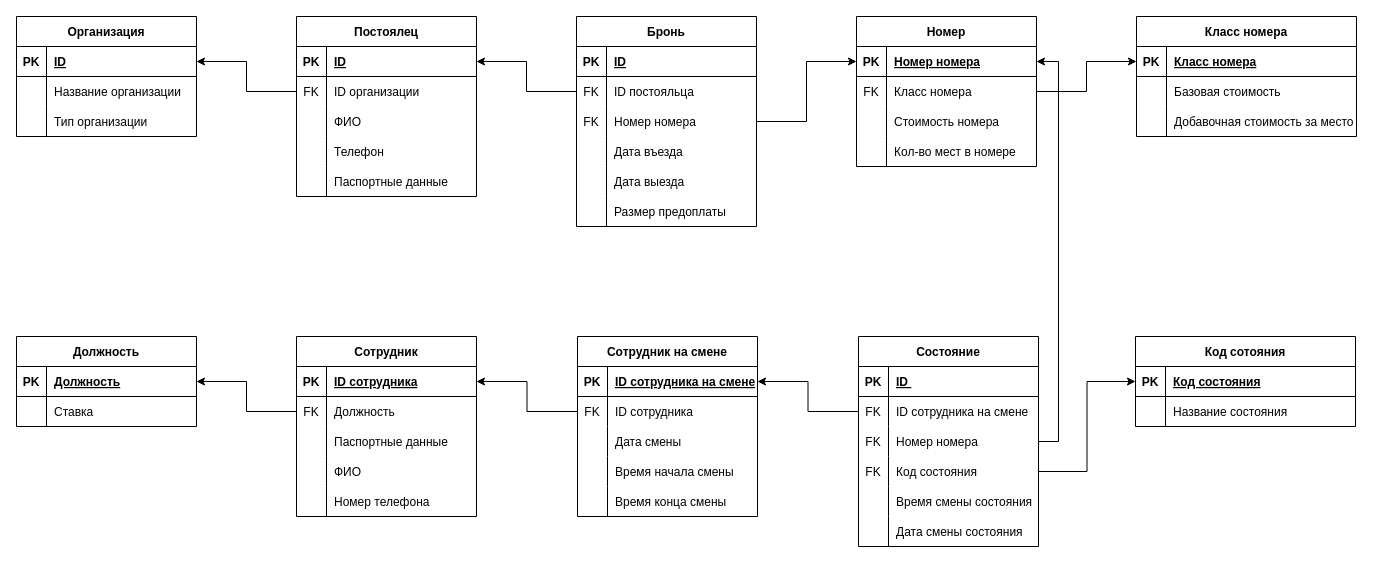
Haxersociety/DataBase_Hostel keeps this draw.io diagram as page "Логическая схема бд" (1 of 2) of Kostylev_Hostel.drawio. Above is the earlier version. Source tidied: cells renumbered, new cells numbered last; positions are measured from the earlier drawing's top-left corner, leaving out a move shared by most shapes. Both pictures are drawn from the tidied source at 100%, with x=0, y=0 at pixel (16, 16).
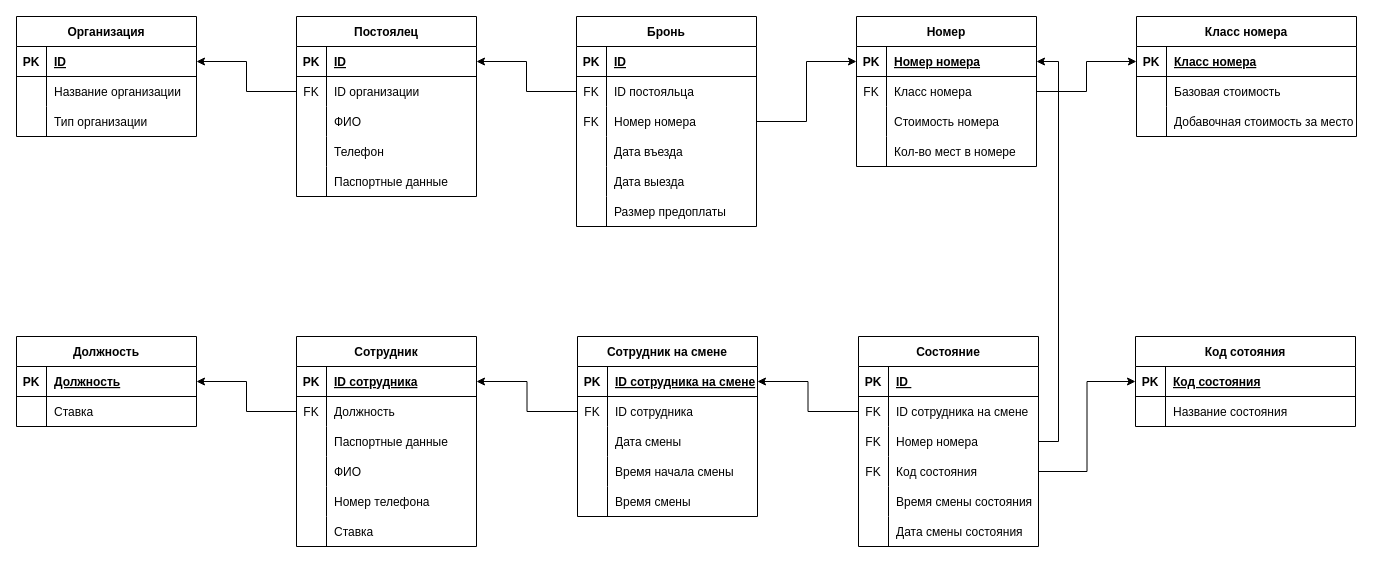
Above is the later version.

The change refers to these unchanged cells:
```xml
<mxCell id="89" style="shape=tableRow;horizontal=0;startSize=0;swimlaneHead=0;swimlaneBody=0;fillColor=none;top=0;left=0;right=0;bottom=0;" parent="76" vertex="1">
  <mxGeometry y="150" width="180" height="30" as="geometry" />
</mxCell>
```

What changed in the source:
```diff
@@
     <mxCell id="60" value="Сотрудник" style="shape=table;startSize=30;childLayout=tableLayout;rowLines=0;fontStyle=1;align=center;" parent="1" vertex="1">
-      <mxGeometry x="280" y="320" width="180" height="180" as="geometry" />
+      <mxGeometry x="280" y="320" width="180" height="210" as="geometry" />
     </mxCell>
@@
+    <mxCell id="144" style="shape=tableRow;horizontal=0;startSize=0;swimlaneHead=0;swimlaneBody=0;fillColor=none;top=0;left=0;right=0;bottom=0;" parent="60" vertex="1">
+      <mxGeometry y="180" width="180" height="30" as="geometry" />
+    </mxCell>
+    <mxCell id="145" style="shape=partialRectangle;fillColor=none;top=0;left=0;bottom=0;right=0;overflow=hidden;" parent="144" vertex="1">
+      <mxGeometry width="30" height="30" as="geometry" />
+    </mxCell>
+    <mxCell id="146" value="Ставка" style="shape=partialRectangle;fillColor=none;top=0;left=0;bottom=0;right=0;align=left;spacingLeft=6;overflow=hidden;" parent="144" vertex="1">
+      <mxGeometry x="30" width="150" height="30" as="geometry" />
+    </mxCell>
@@
-    <mxCell id="91" value="Время конца смены" style="shape=partialRectangle;fillColor=none;top=0;left=0;bottom=0;right=0;align=left;spacingLeft=6;overflow=hidden;" parent="89" vertex="1">
+    <mxCell id="91" value="Время смены" style="shape=partialRectangle;fillColor=none;top=0;left=0;bottom=0;right=0;align=left;spacingLeft=6;overflow=hidden;" parent="89" vertex="1">
       <mxGeometry x="30" width="150" height="30" as="geometry" />
     </mxCell>
```
